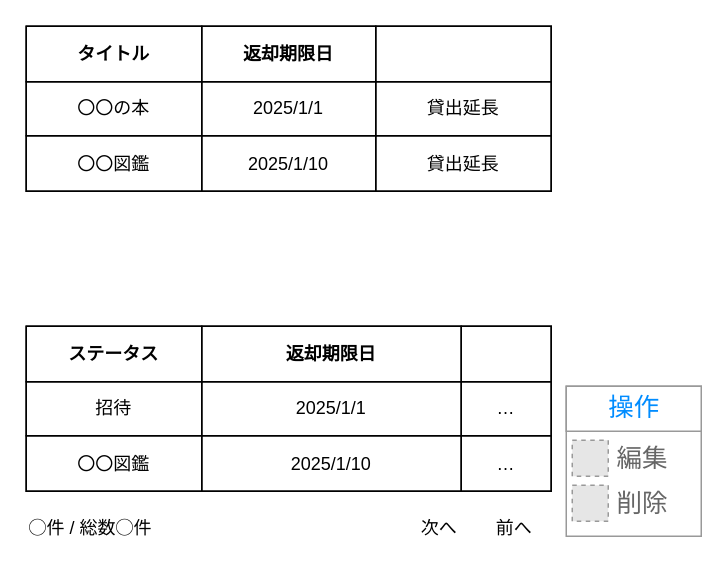
Earlier version of the draw.io diagram page "テーブル" (3 of 3) of docs/Tips/parts.drawio (kazuya-wata-nabe/vue-dashboard). Source tidied: cells renumbered, new cells numbered last; positions are measured from the earlier drawing's top-left corner, leaving out a move shared by most shapes. Both pictures are drawn from the tidied source at 150%, with x=0, y=0 at pixel (26, 26). Pictures stored in the file or linked from it are replaced by grey dashed boxes.
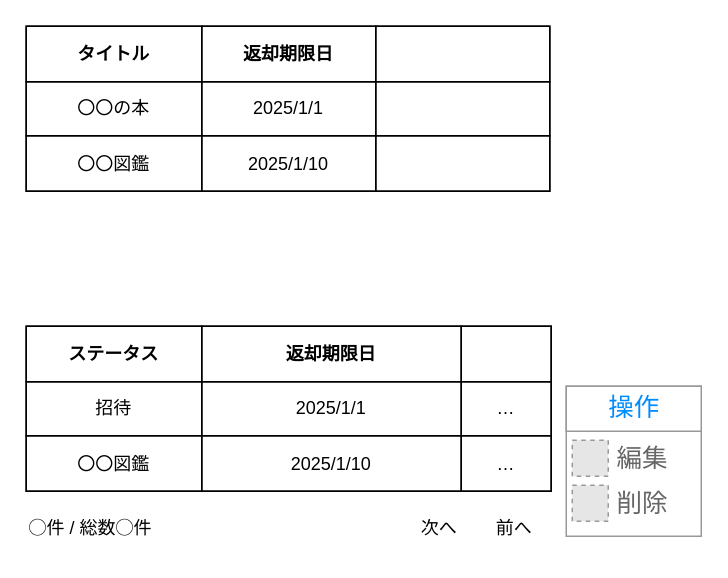
The same page after the edit.

The edit, as a diff of the source:
```diff
@@
     <mxCell id="2" style="childLayout=tableLayout;shadow=0;fillColor=none;strokeColor=default;labelBackgroundColor=none;fontColor=default;" parent="1" vertex="1">
-      <mxGeometry width="350" height="110" as="geometry" />
+      <mxGeometry width="349" height="110" as="geometry" />
     </mxCell>
     <mxCell id="3" style="shape=tableRow;horizontal=0;startSize=0;swimlaneHead=0;swimlaneBody=0;top=0;left=0;bottom=0;right=0;fontStyle=0;fillColor=none;strokeColor=inherit;labelBackgroundColor=none;fontColor=default;" parent="2" vertex="1">
-      <mxGeometry width="350" height="37" as="geometry" />
+      <mxGeometry width="349" height="37" as="geometry" />
     </mxCell>
@@
-    <mxCell id="6" style="strokeColor=inherit;fillColor=none;align=center;whiteSpace=wrap;html=1;labelBackgroundColor=none;fontColor=default;" parent="3" vertex="1">
-      <mxGeometry x="233" width="117" height="37" as="geometry" />
-    </mxCell>
+    <mxCell id="40" style="strokeColor=inherit;fillColor=none;align=center;whiteSpace=wrap;html=1;labelBackgroundColor=none;fontColor=default;fontStyle=1;" parent="3" vertex="1">
+      <mxGeometry x="233" width="116" height="37" as="geometry" />
+    </mxCell>
     <mxCell id="7" style="shape=tableRow;horizontal=0;startSize=0;swimlaneHead=0;swimlaneBody=0;top=0;left=0;bottom=0;right=0;fontStyle=0;fillColor=none;strokeColor=inherit;labelBackgroundColor=none;fontColor=default;" parent="2" vertex="1">
-      <mxGeometry y="37" width="350" height="36" as="geometry" />
+      <mxGeometry y="37" width="349" height="36" as="geometry" />
     </mxCell>
@@
-    <mxCell id="10" value="貸出延長" style="strokeColor=inherit;fillColor=none;align=center;whiteSpace=wrap;html=1;labelBackgroundColor=none;fontColor=default;" parent="7" vertex="1">
-      <mxGeometry x="233" width="117" height="36" as="geometry" />
-    </mxCell>
+    <mxCell id="41" style="strokeColor=inherit;fillColor=none;align=center;whiteSpace=wrap;html=1;labelBackgroundColor=none;fontColor=default;" parent="7" vertex="1">
+      <mxGeometry x="233" width="116" height="36" as="geometry" />
+    </mxCell>
     <mxCell id="11" style="shape=tableRow;horizontal=0;startSize=0;swimlaneHead=0;swimlaneBody=0;top=0;left=0;bottom=0;right=0;fontStyle=0;fillColor=none;strokeColor=inherit;labelBackgroundColor=none;fontColor=default;" parent="2" vertex="1">
-      <mxGeometry y="73" width="350" height="37" as="geometry" />
+      <mxGeometry y="73" width="349" height="37" as="geometry" />
     </mxCell>
@@
-    <mxCell id="14" value="貸出延長" style="strokeColor=inherit;fillColor=none;align=center;whiteSpace=wrap;html=1;labelBackgroundColor=none;fontColor=default;" parent="11" vertex="1">
-      <mxGeometry x="233" width="117" height="37" as="geometry" />
-    </mxCell>
+    <mxCell id="42" style="strokeColor=inherit;fillColor=none;align=center;whiteSpace=wrap;html=1;labelBackgroundColor=none;fontColor=default;" parent="11" vertex="1">
+      <mxGeometry x="233" width="116" height="37" as="geometry" />
+    </mxCell>
+    <mxCell id="43" style="group;" parent="1" vertex="1">
+      <mxGeometry y="200" width="450" height="150" as="geometry" />
+    </mxCell>
-    <mxCell id="15" style="group;" parent="1" vertex="1">
-      <mxGeometry y="200" width="350" height="150" as="geometry" />
+    <mxCell id="15" style="group;" parent="43" vertex="1">
+      <mxGeometry width="350" height="150" as="geometry" />
     </mxCell>
@@
-    <mxCell id="32" style="strokeWidth=1;shadow=0;dashed=0;align=center;html=1;shape=mxgraph.mockup.forms.rrect;rSize=0;strokeColor=#999999;fillColor=#ffffff;verticalAlign=top;" parent="1" vertex="1">
-      <mxGeometry x="360" y="240" width="90" height="100" as="geometry" />
+    <mxCell id="32" style="strokeWidth=1;shadow=0;dashed=0;align=center;html=1;shape=mxgraph.mockup.forms.rrect;rSize=0;strokeColor=#999999;fillColor=#ffffff;verticalAlign=top;" parent="43" vertex="1">
+      <mxGeometry x="360" y="40" width="90" height="100" as="geometry" />
     </mxCell>
```
